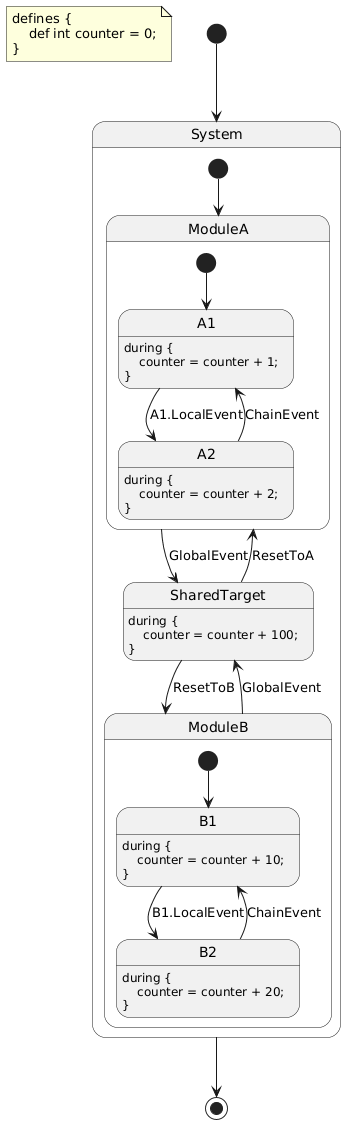
Before: docs/source/tutorials/dsl/event_scoping_complete.fcstm.puml.png, a diagram exported from PlantUML (HansBug/pyfcstm).
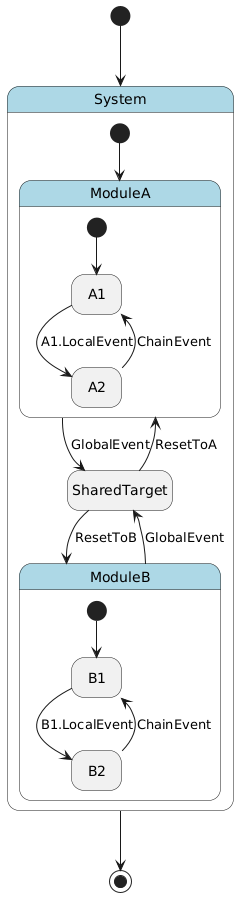
The same file after the commit.

The edit, as a diff of the source:
```diff
@@ -1,32 +1,29 @@
 @startuml
 hide empty description
-note as DefinitionNote
-defines {
-    def int counter = 0;
+
+skinparam state {
+  BackgroundColor<<pseudo>> LightGray
+  BackgroundColor<<composite>> LightBlue
+  BorderColor<<pseudo>> Gray
+  FontStyle<<pseudo>> italic
 }
-end note
 
-state "System" as system {
-    state "ModuleA" as system__module_a {
+state "System" as system <<composite>> {
+    state "ModuleA" as system__module_a <<composite>> {
         state "A1" as system__module_a__a1
-        system__module_a__a1 : during {\n    counter = counter + 1;\n}
         state "A2" as system__module_a__a2
-        system__module_a__a2 : during {\n    counter = counter + 2;\n}
         [*] --> system__module_a__a1
         system__module_a__a1 --> system__module_a__a2 : A1.LocalEvent
         system__module_a__a2 --> system__module_a__a1 : ChainEvent
     }
-    state "ModuleB" as system__module_b {
+    state "ModuleB" as system__module_b <<composite>> {
         state "B1" as system__module_b__b1
-        system__module_b__b1 : during {\n    counter = counter + 10;\n}
         state "B2" as system__module_b__b2
-        system__module_b__b2 : during {\n    counter = counter + 20;\n}
         [*] --> system__module_b__b1
         system__module_b__b1 --> system__module_b__b2 : B1.LocalEvent
         system__module_b__b2 --> system__module_b__b1 : ChainEvent
     }
     state "SharedTarget" as system__shared_target
-    system__shared_target : during {\n    counter = counter + 100;\n}
     [*] --> system__module_a
     system__module_a --> system__shared_target : GlobalEvent
     system__module_b --> system__shared_target : GlobalEvent
```
